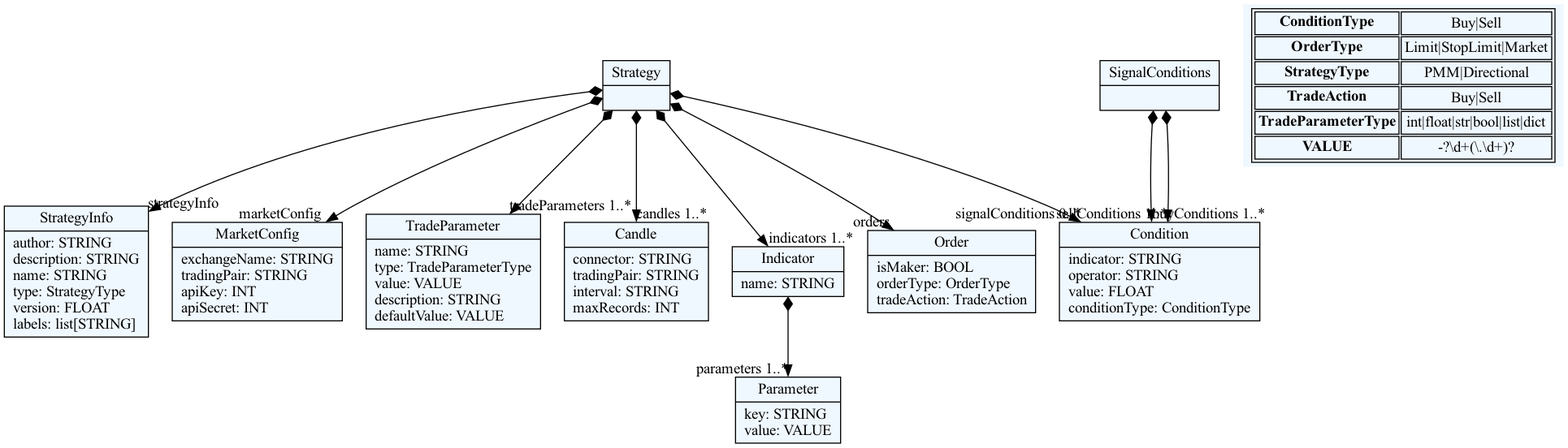
This is textx/grammar.dot.png from christos99/custom_hummingbot_HFCTB_DSL, a Graphviz export, as it was before one commit. Its source is kept beside it as textx/grammar.dot.
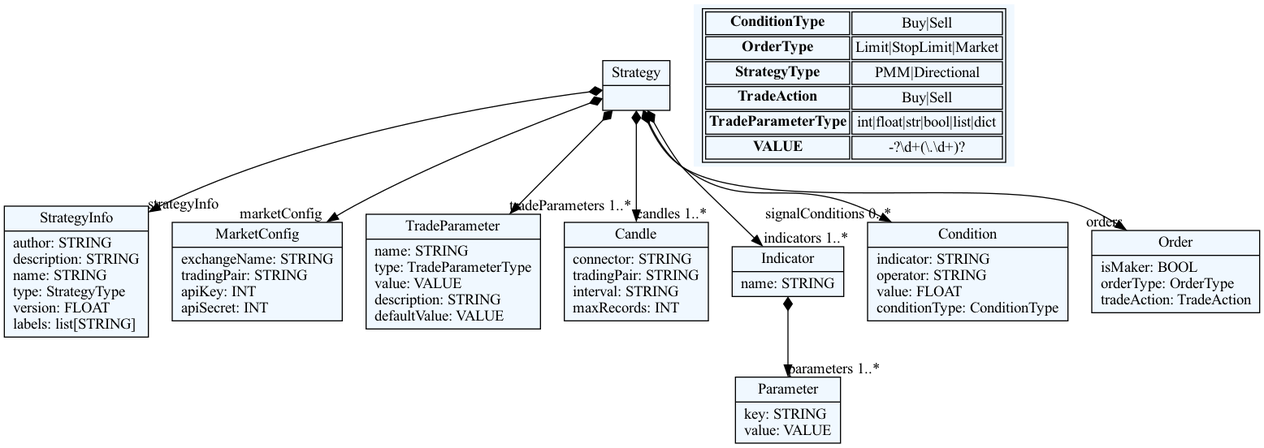
Later version of the same file.

What changed in the source:
```diff
@@ -10,38 +10,34 @@
     edge[dir=black,arrowtail=empty]
 
 
-4394034368[ label="{Strategy|}"]
+5190895536[ label="{Strategy|}"]
 
-4394036288[ label="{StrategyInfo|author: STRING\ldescription: STRING\lname: STRING\ltype: StrategyType\lversion: FLOAT\llabels: list[STRING]\l}"]
+5190897456[ label="{StrategyInfo|author: STRING\ldescription: STRING\lname: STRING\ltype: StrategyType\lversion: FLOAT\llabels: list[STRING]\l}"]
 
-4394041664[ label="{MarketConfig|exchangeName: STRING\ltradingPair: STRING\lapiKey: INT\lapiSecret: INT\l}"]
+5190902832[ label="{MarketConfig|exchangeName: STRING\ltradingPair: STRING\lapiKey: INT\lapiSecret: INT\l}"]
 
-4394044352[ label="{TradeParameter|name: STRING\ltype: TradeParameterType\lvalue: VALUE\ldescription: STRING\ldefaultValue: VALUE\l}"]
+5190905520[ label="{TradeParameter|name: STRING\ltype: TradeParameterType\lvalue: VALUE\ldescription: STRING\ldefaultValue: VALUE\l}"]
 
-4394049728[ label="{Candle|connector: STRING\ltradingPair: STRING\linterval: STRING\lmaxRecords: INT\l}"]
+5190910896[ label="{Candle|connector: STRING\ltradingPair: STRING\linterval: STRING\lmaxRecords: INT\l}"]
 
-4394052416[ label="{Indicator|name: STRING\l}"]
+5190913584[ label="{Indicator|name: STRING\l}"]
 
-4394055104[ label="{Parameter|key: STRING\lvalue: VALUE\l}"]
+5190916272[ label="{Parameter|key: STRING\lvalue: VALUE\l}"]
 
-4394057792[ label="{SignalConditions|}"]
+5190918960[ label="{Condition|indicator: STRING\loperator: STRING\lvalue: FLOAT\lconditionType: ConditionType\l}"]
 
-4394060480[ label="{Condition|indicator: STRING\loperator: STRING\lvalue: FLOAT\lconditionType: ConditionType\l}"]
-
-4394065856[ label="{Order|isMaker: BOOL\lorderType: OrderType\ltradeAction: TradeAction\l}"]
+5190924336[ label="{Order|isMaker: BOOL\lorderType: OrderType\ltradeAction: TradeAction\l}"]
 
 
 
-4394034368 -> 4394036288[arrowtail=diamond, dir=both, headlabel="strategyInfo "]
-4394034368 -> 4394041664[arrowtail=diamond, dir=both, headlabel="marketConfig "]
-4394034368 -> 4394044352[arrowtail=diamond, dir=both, headlabel="tradeParameters 1..*"]
-4394034368 -> 4394049728[arrowtail=diamond, dir=both, headlabel="candles 1..*"]
-4394034368 -> 4394052416[arrowtail=diamond, dir=both, headlabel="indicators 1..*"]
-4394034368 -> 4394060480[arrowtail=diamond, dir=both, headlabel="signalConditions 0..*"]
-4394034368 -> 4394065856[arrowtail=diamond, dir=both, headlabel="orders "]
-4394052416 -> 4394055104[arrowtail=diamond, dir=both, headlabel="parameters 1..*"]
-4394057792 -> 4394060480[arrowtail=diamond, dir=both, headlabel="buyConditions 1..*"]
-4394057792 -> 4394060480[arrowtail=diamond, dir=both, headlabel="sellConditions 1..*"]
+5190895536 -> 5190897456[arrowtail=diamond, dir=both, headlabel="strategyInfo "]
+5190895536 -> 5190902832[arrowtail=diamond, dir=both, headlabel="marketConfig "]
+5190895536 -> 5190905520[arrowtail=diamond, dir=both, headlabel="tradeParameters 1..*"]
+5190895536 -> 5190910896[arrowtail=diamond, dir=both, headlabel="candles 1..*"]
+5190895536 -> 5190913584[arrowtail=diamond, dir=both, headlabel="indicators 1..*"]
+5190895536 -> 5190918960[arrowtail=diamond, dir=both, headlabel="signalConditions 0..*"]
+5190895536 -> 5190924336[arrowtail=diamond, dir=both, headlabel="orders "]
+5190913584 -> 5190916272[arrowtail=diamond, dir=both, headlabel="parameters 1..*"]
 match_rules [ shape=plaintext, label=< <table>
 	<tr>
 		<td><b>ConditionType</b></td><td>Buy|Sell</td>
```
